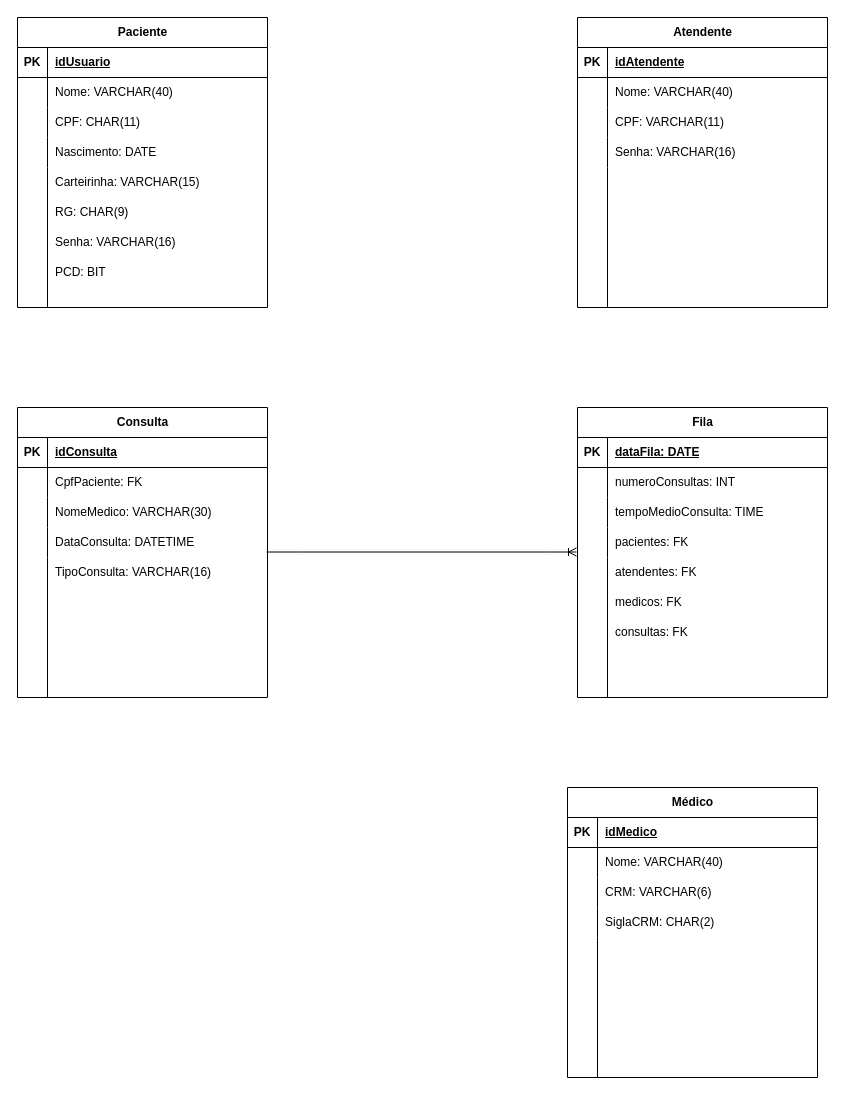
Scoorpioon/FastHealth keeps this draw.io diagram as DiagramaDER.drawio. Above is the earlier version. Source tidied: cells renumbered, new cells numbered last; positions are measured from the earlier drawing's top-left corner, leaving out a move shared by most shapes. Both pictures are drawn from the tidied source at 100%, with x=0, y=0 at pixel (17, 17).
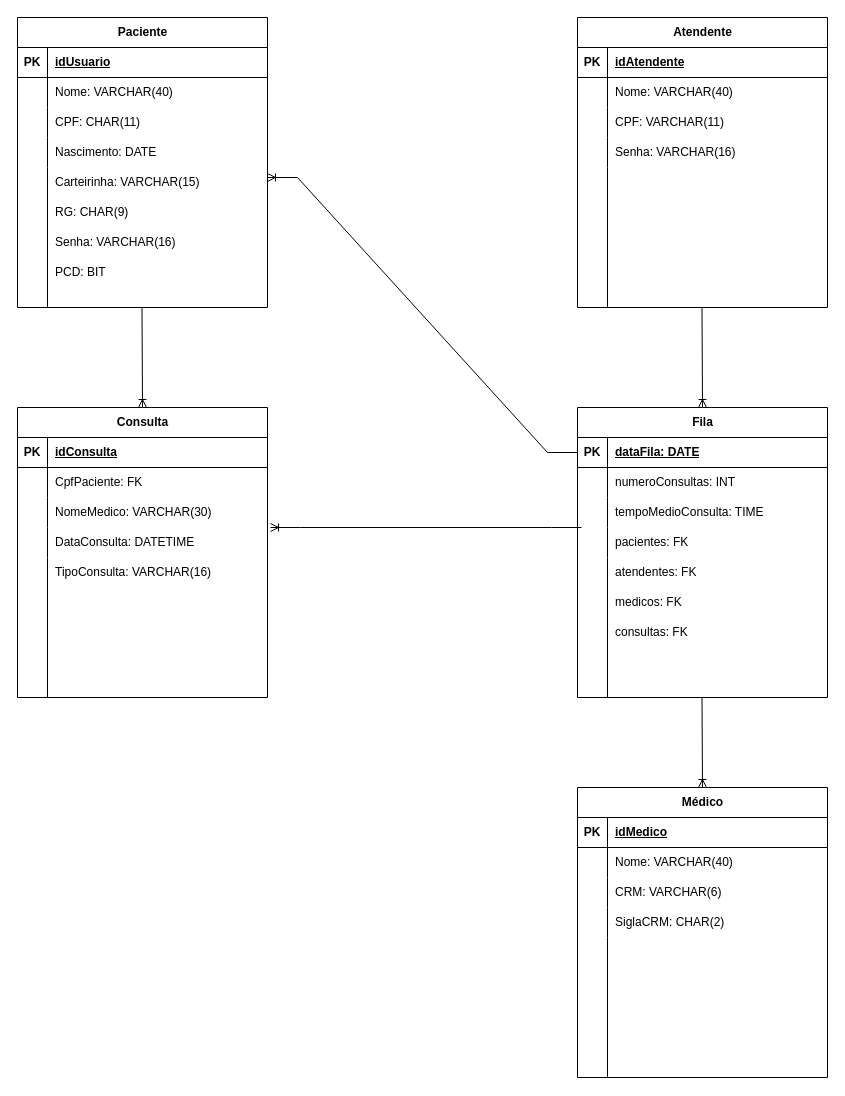
Above is the later version.

Commit message:
Base do diagrama

The change refers to these unchanged cells:
```xml
<mxCell id="39" value="Consulta" style="shape=table;startSize=30;childLayout=tableLayout;rowLines=0;fontStyle=1;align=center;html=1;" parent="1" vertex="1">
  <mxGeometry y="390" width="250" height="290" as="geometry" />
</mxCell>
<mxCell id="49" style="shape=tableRow;horizontal=0;startSize=0;swimlaneHead=0;swimlaneBody=0;fillColor=none;points=[[0,0.5],[1,0.5]];portConstraint=eastwest;top=0;left=0;right=0;bottom=0;" parent="39" vertex="1">
  <mxGeometry y="120" width="250" height="30" as="geometry" />
</mxCell>
<mxCell id="58" style="shape=tableRow;horizontal=0;startSize=0;swimlaneHead=0;swimlaneBody=0;fillColor=none;points=[[0,0.5],[1,0.5]];portConstraint=eastwest;top=0;left=0;right=0;bottom=1;" parent="57" vertex="1">
  <mxGeometry y="30" width="250" height="30" as="geometry" />
</mxCell>
<mxCell id="67" style="shape=tableRow;horizontal=0;startSize=0;swimlaneHead=0;swimlaneBody=0;fillColor=none;points=[[0,0.5],[1,0.5]];portConstraint=eastwest;top=0;left=0;right=0;bottom=0;" parent="57" vertex="1">
  <mxGeometry y="120" width="250" height="30" as="geometry" />
</mxCell>
<mxCell id="72" value="Médico" style="shape=table;startSize=30;childLayout=tableLayout;rowLines=0;fontStyle=1;align=center;html=1;" parent="71" vertex="1">
  <mxGeometry width="250" height="290" as="geometry" />
</mxCell>
```

What changed in the source:
```diff
@@
+    <mxCell id="87" style="edgeStyle=entityRelationEdgeStyle;fontSize=12;html=1;endArrow=none;rounded=0;shadow=0;curved=0;flowAnimation=0;jumpStyle=none;strokeWidth=1;startArrow=ERoneToMany;startFill=0;endFill=0;entryX=0.016;entryY=0;entryDx=0;entryDy=0;entryPerimeter=0;exitX=1.012;exitY=0;exitDx=0;exitDy=0;exitPerimeter=0;" parent="1" edge="1" source="49" target="67">
+      <mxGeometry relative="1" as="geometry">
+        <Array as="points">
+          <mxPoint x="300" y="450" />
+        </Array>
+      </mxGeometry>
+    </mxCell>
@@
-    <mxCell id="70" style="edgeStyle=entityRelationEdgeStyle;fontSize=12;html=1;endArrow=ERoneToMany;rounded=0;" parent="1" edge="1">
-      <mxGeometry relative="1" as="geometry">
-        <mxPoint x="249" y="534.5" as="sourcePoint" />
-        <mxPoint x="559" y="534.5" as="targetPoint" />
-      </mxGeometry>
-    </mxCell>
     <mxCell id="71" style="group;" parent="1" vertex="1">
-      <mxGeometry x="550" y="770" width="250" height="290" as="geometry" />
+      <mxGeometry x="560" y="770" width="250" height="290" as="geometry" />
     </mxCell>
@@
+    <mxCell id="88" style="endArrow=ERoneToMany;html=1;rounded=0;endFill=0;entryX=0.5;entryY=0;entryDx=0;entryDy=0;" parent="1" edge="1" target="39">
+      <mxGeometry relative="1" as="geometry">
+        <mxPoint x="124.5" y="290" as="sourcePoint" />
+      </mxGeometry>
+    </mxCell>
+    <mxCell id="89" style="edgeStyle=entityRelationEdgeStyle;fontSize=12;html=1;endArrow=none;endFill=0;rounded=0;entryX=0;entryY=0.5;entryDx=0;entryDy=0;startArrow=ERoneToMany;startFill=0;" parent="1" edge="1" target="58">
+      <mxGeometry relative="1" as="geometry">
+        <mxPoint x="250" y="160" as="sourcePoint" />
+      </mxGeometry>
+    </mxCell>
+    <mxCell id="90" style="endArrow=ERoneToMany;html=1;rounded=0;endFill=0;entryX=0.5;entryY=0;entryDx=0;entryDy=0;" parent="1" edge="1" target="72">
+      <mxGeometry relative="1" as="geometry">
+        <mxPoint x="684.5" y="680" as="sourcePoint" />
+      </mxGeometry>
+    </mxCell>
+    <mxCell id="91" style="endArrow=ERoneToMany;html=1;rounded=0;endFill=0;entryX=0.5;entryY=0;entryDx=0;entryDy=0;" parent="1" edge="1">
+      <mxGeometry relative="1" as="geometry">
+        <mxPoint x="684.5" y="290" as="sourcePoint" />
+        <mxPoint x="685" y="390" as="targetPoint" />
+      </mxGeometry>
+    </mxCell>
```
